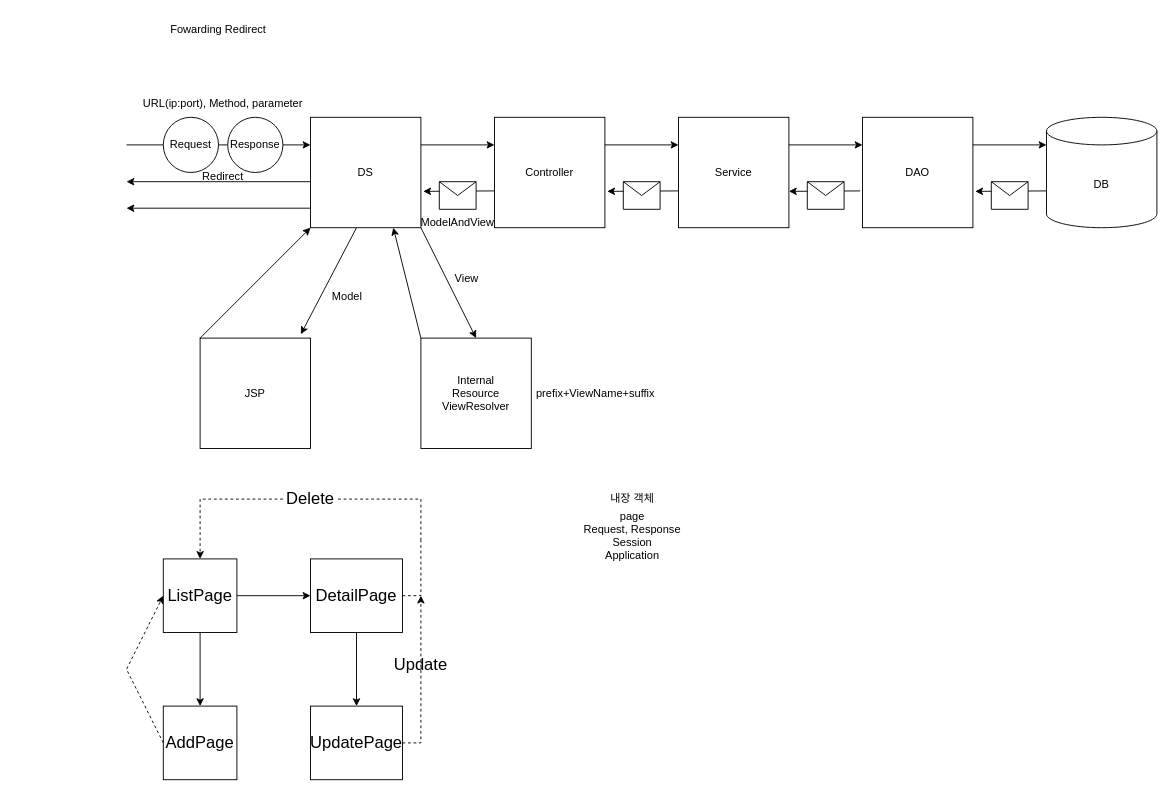
WooheeKim/GDJ60_Spring keeps this draw.io diagram as page "페이지-1" (1 of 3) of 제목 없는 다이어그램.drawio. Above is the earlier version. Source tidied: cells renumbered, new cells numbered last; positions are measured from the earlier drawing's top-left corner, leaving out a move shared by most shapes. Both pictures are drawn from the tidied source at 92%, with x=0, y=0 at pixel (126, 16).
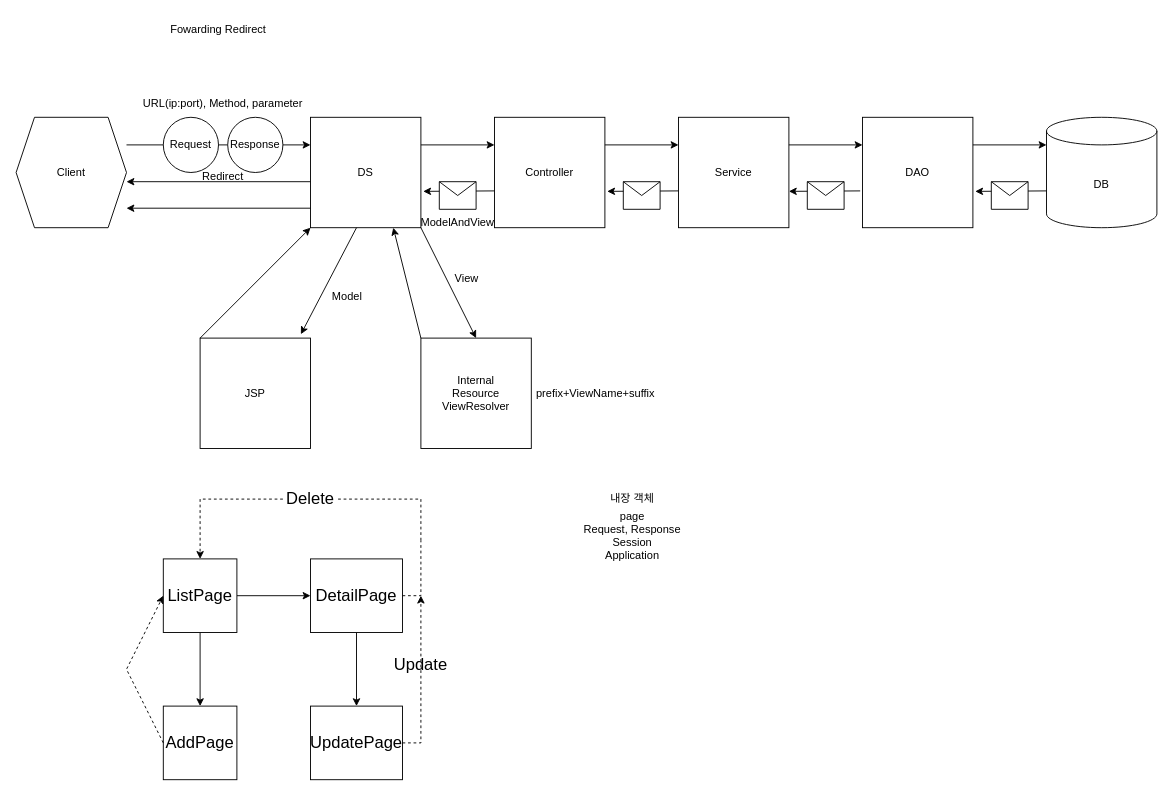
Above is the later version.

Commit message:
제목 없는 다이어그램.drawio 업데이트

What changed in the source:
```diff
@@
+    <mxCell id="56" value="Client" style="shape=hexagon;perimeter=hexagonPerimeter2;whiteSpace=wrap;html=1;fixedSize=1;" parent="1" vertex="1">
+      <mxGeometry x="-120" y="110" width="120" height="120" as="geometry" />
+    </mxCell>
```
